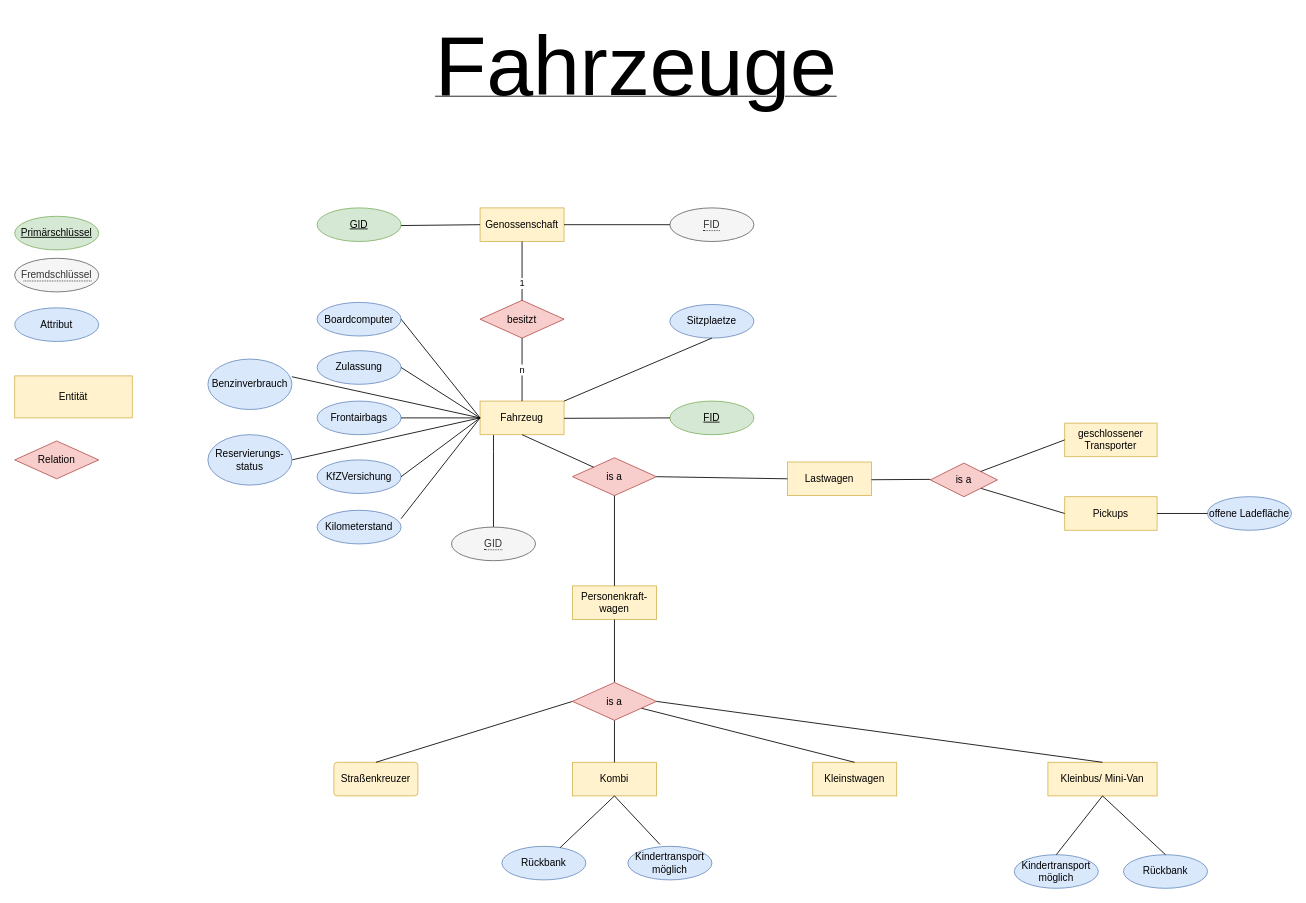
Earlier version of the draw.io diagram page "Maurice" (2 of 8) of Diagramm.drawio (maudetroll/drawIO). Source tidied: cells renumbered, new cells numbered last; positions are measured from the earlier drawing's top-left corner, leaving out a move shared by most shapes. Both pictures are drawn from the tidied source at 84%, with x=0, y=0 at pixel (14, 39).
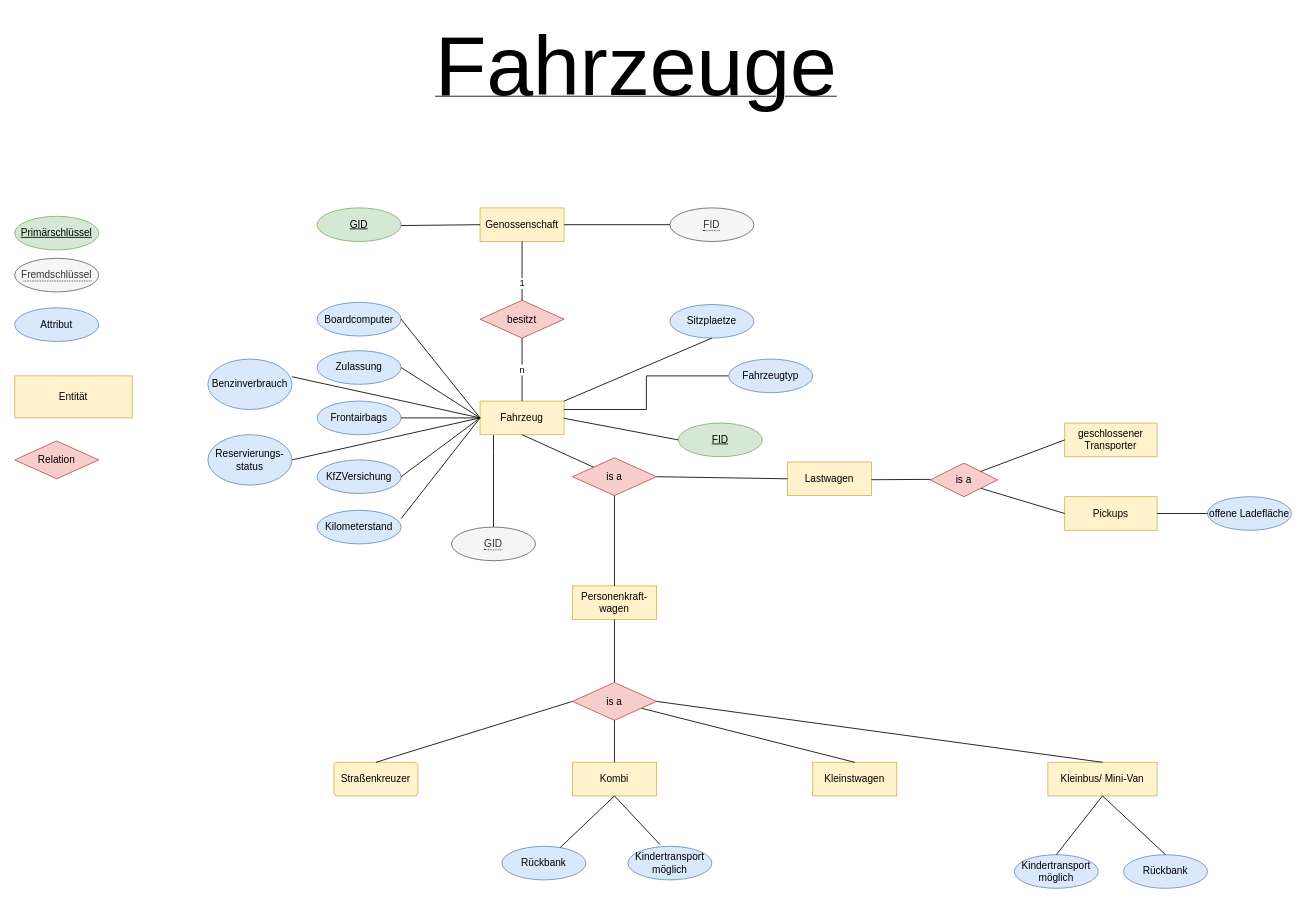
After the change.

Unchanged cells that the change refers to:
```xml
<mxCell id="4" value="Fahrzeug" style="whiteSpace=wrap;html=1;align=center;fillColor=#fff2cc;strokeColor=#d6b656;" parent="1" vertex="1">
  <mxGeometry x="554" y="430" width="100" height="40" as="geometry" />
</mxCell>
```

Change to the diagram source:
```diff
@@
     <mxCell id="56" value="FID" style="ellipse;whiteSpace=wrap;html=1;align=center;fontStyle=4;fillColor=#d5e8d4;strokeColor=#82b366;" parent="1" vertex="1">
-      <mxGeometry x="780" y="430" width="100" height="40" as="geometry" />
+      <mxGeometry x="790" y="456.2" width="100" height="40" as="geometry" />
     </mxCell>
@@
+    <mxCell id="69" style="edgeStyle=orthogonalEdgeStyle;rounded=0;jettySize=auto;html=1;entryX=1;entryY=0.25;entryDx=0;entryDy=0;endArrow=none;endFill=0;" parent="1" edge="1" source="70" target="4">
+      <mxGeometry relative="1" as="geometry" />
+    </mxCell>
+    <mxCell id="70" value="Fahrzeugtyp" style="ellipse;whiteSpace=wrap;html=1;align=center;fillColor=#dae8fc;strokeColor=#6c8ebf;" parent="1" vertex="1">
+      <mxGeometry x="850" y="380" width="100" height="40" as="geometry" />
+    </mxCell>
```
